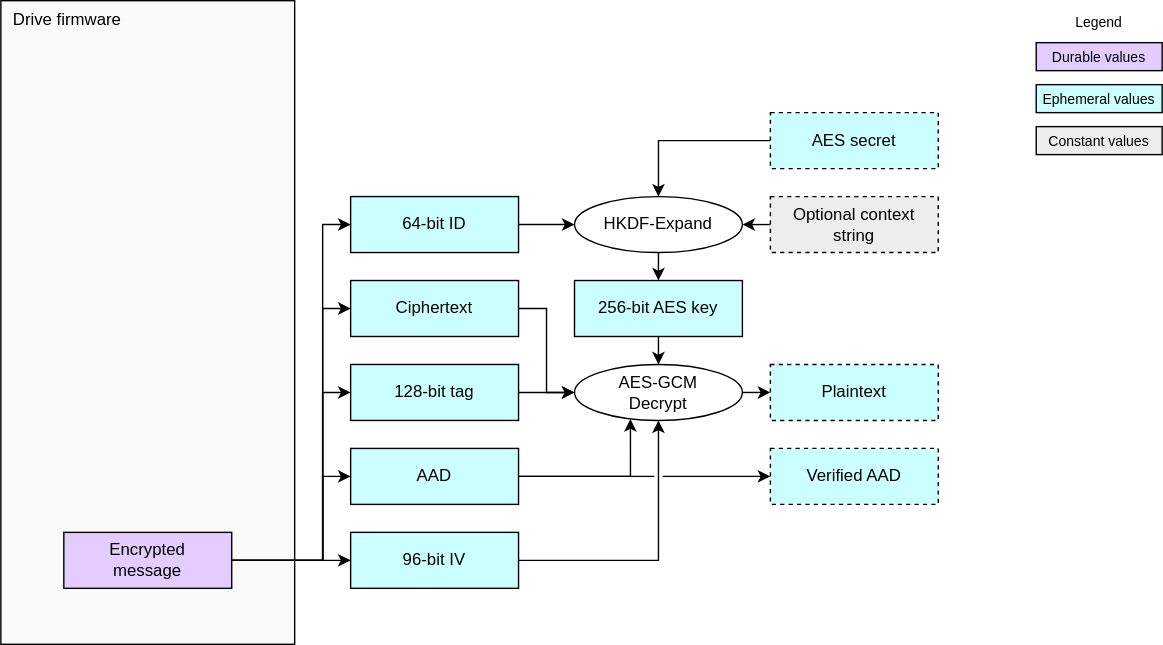
chipsalliance/Caliptra keeps this draw.io diagram as doc/ocp_lock/diagrams/preconditioned_aes_decrypt.drawio.svg. Above is the earlier version. Source tidied: cells renumbered, new cells last; positions are measured from the earlier drawing's top-left corner, leaving out a move shared by most shapes.
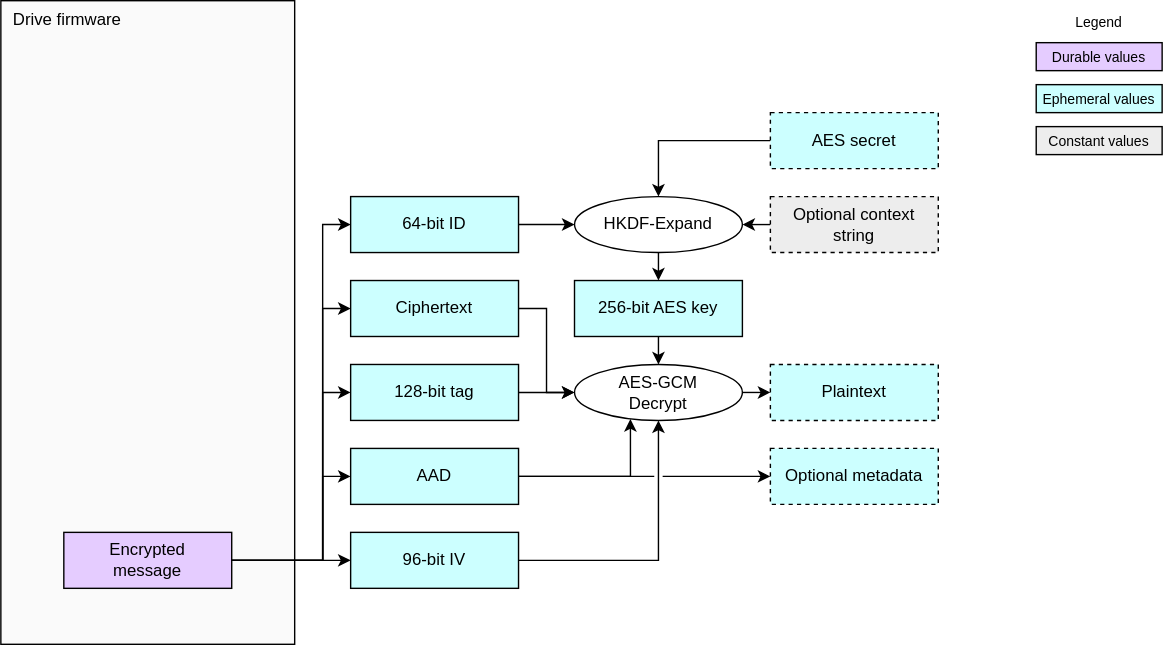
The same file after the commit.

The edit, as a diff of the source:
```diff
@@ -121,7 +121,7 @@
     <mxCell id="34" value="&lt;div&gt;&lt;span style=&quot;background-color: transparent;&quot;&gt;AAD&lt;/span&gt;&lt;/div&gt;" style="rounded=0;whiteSpace=wrap;html=1;align=center;verticalAlign=middle;shadow=0;glass=0;spacingLeft=0;spacingBottom=0;spacingTop=0;fillColor=#CCFFFF;" parent="1" vertex="1">
       <mxGeometry x="250" y="320" width="120" height="40" as="geometry" />
     </mxCell>
-    <mxCell id="35" value="&lt;div&gt;&lt;font color=&quot;#000000&quot;&gt;Verified AAD&lt;/font&gt;&lt;/div&gt;" style="rounded=0;whiteSpace=wrap;html=1;align=center;verticalAlign=middle;shadow=0;glass=0;spacingLeft=0;spacingBottom=0;spacingTop=0;fillColor=#CCFFFF;dashed=1;" parent="1" vertex="1">
+    <mxCell id="35" value="&lt;div&gt;&lt;font color=&quot;#000000&quot;&gt;Optional metadata&lt;/font&gt;&lt;/div&gt;" style="rounded=0;whiteSpace=wrap;html=1;align=center;verticalAlign=middle;shadow=0;glass=0;spacingLeft=0;spacingBottom=0;spacingTop=0;fillColor=#CCFFFF;dashed=1;" parent="1" vertex="1">
       <mxGeometry x="550" y="320" width="120" height="40" as="geometry" />
     </mxCell>
   </root>
```
